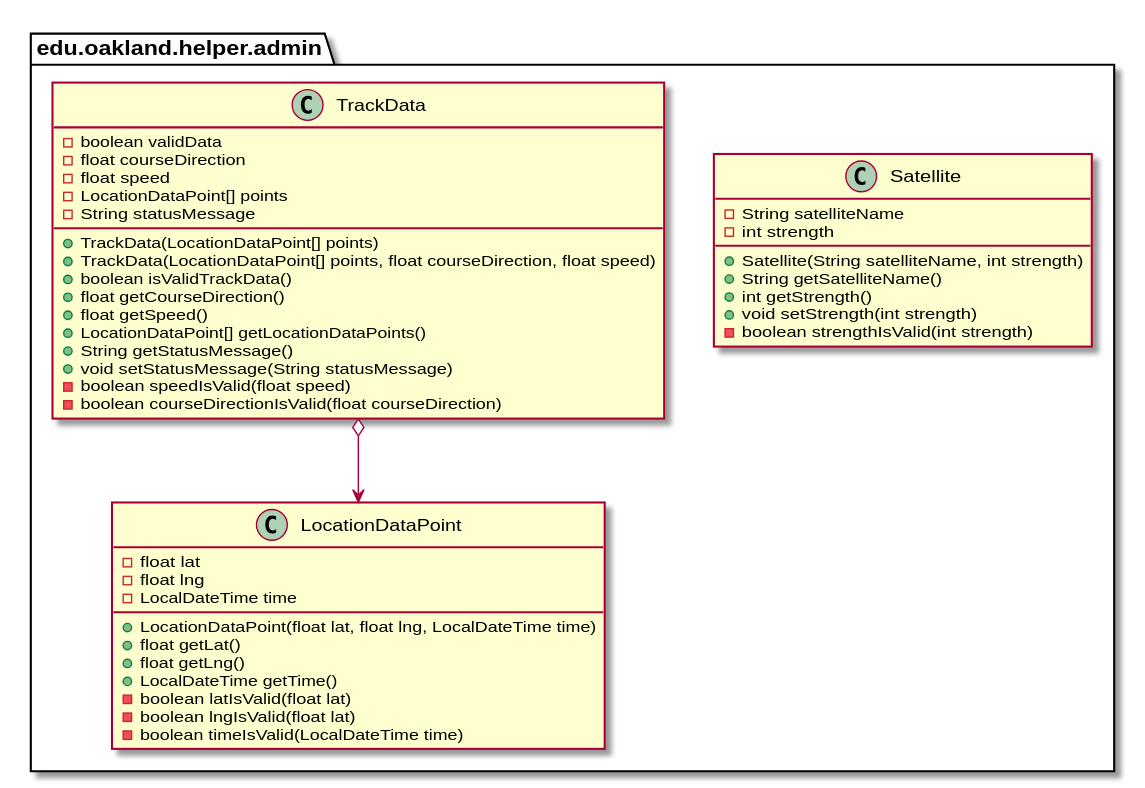
andrewdimmer/csi-3370-software-project keeps this PlantUML diagram as docs/uml-class-diagrams/admin/helper/AdminHelperPackage_DirectDependencies.svg. Above is the earlier version.
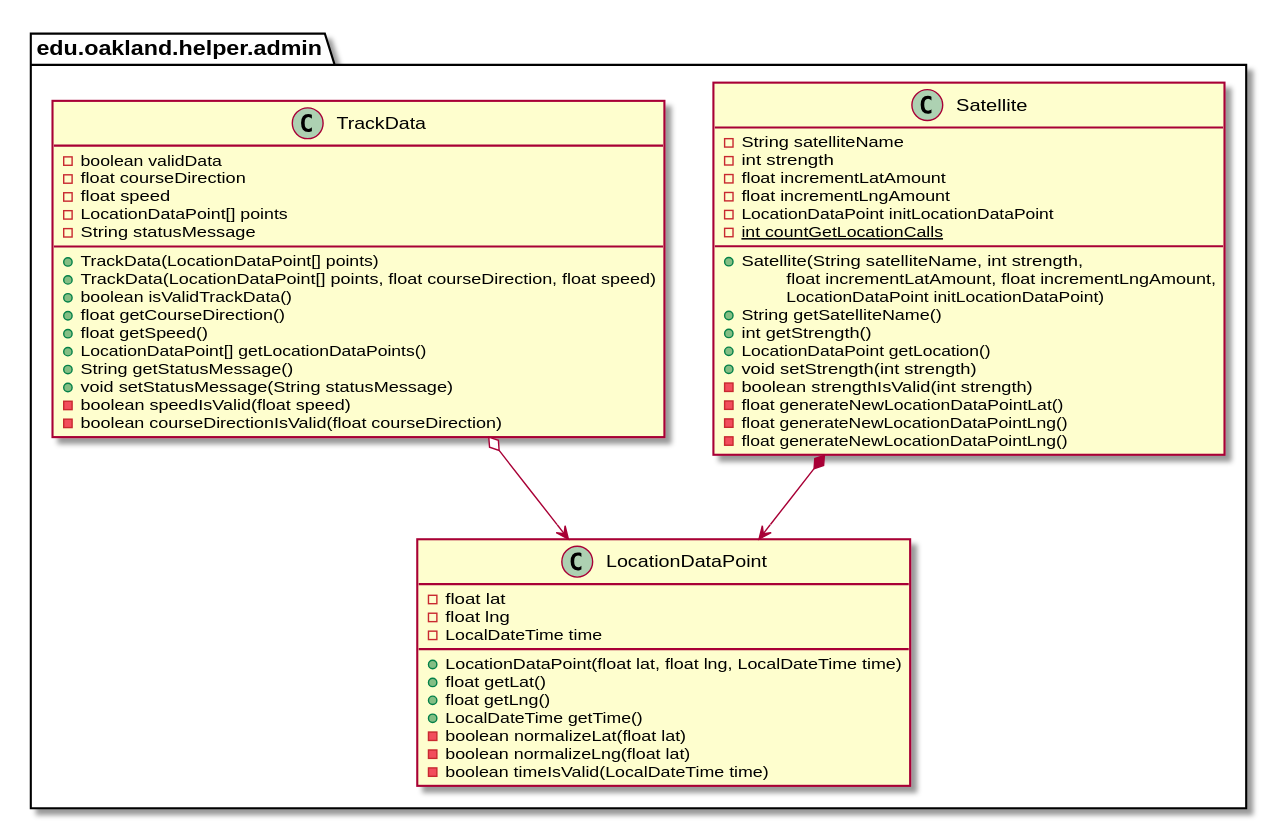
The same file after the commit.

Diff of the diagram source:
```diff
@@ -19,8 +19,8 @@
         + float getLat()
         + float getLng()
         + LocalDateTime getTime()
-        - boolean latIsValid(float lat)
-        - boolean lngIsValid(float lat)
+        - boolean normalizeLat(float lat)
+        - boolean normalizeLng(float lat)
         - boolean timeIsValid(LocalDateTime time)
     }
 }
@@ -30,14 +30,27 @@
     class Satellite {
         - String satelliteName
         - int strength
-        + Satellite(String satelliteName, int strength)
+        - float incrementLatAmount
+        - float incrementLngAmount
+        - LocationDataPoint initLocationDataPoint
+        {static} - int countGetLocationCalls
+        __
+        + Satellite(String satelliteName, int strength,
+        \tfloat incrementLatAmount, float incrementLngAmount,
+        \tLocationDataPoint initLocationDataPoint)
         + String getSatelliteName()
         + int getStrength()
+        + LocationDataPoint getLocation()
         + void setStrength(int strength)
         - boolean strengthIsValid(int strength)
+        - float generateNewLocationDataPointLat()
+        - float generateNewLocationDataPointLng()
+        - float generateNewLocationDataPointLng()
     }
 }
 
+
+Satellite *--> LocationDataPoint
 
 package edu.oakland.helper.admin {
     class TrackData {
```
